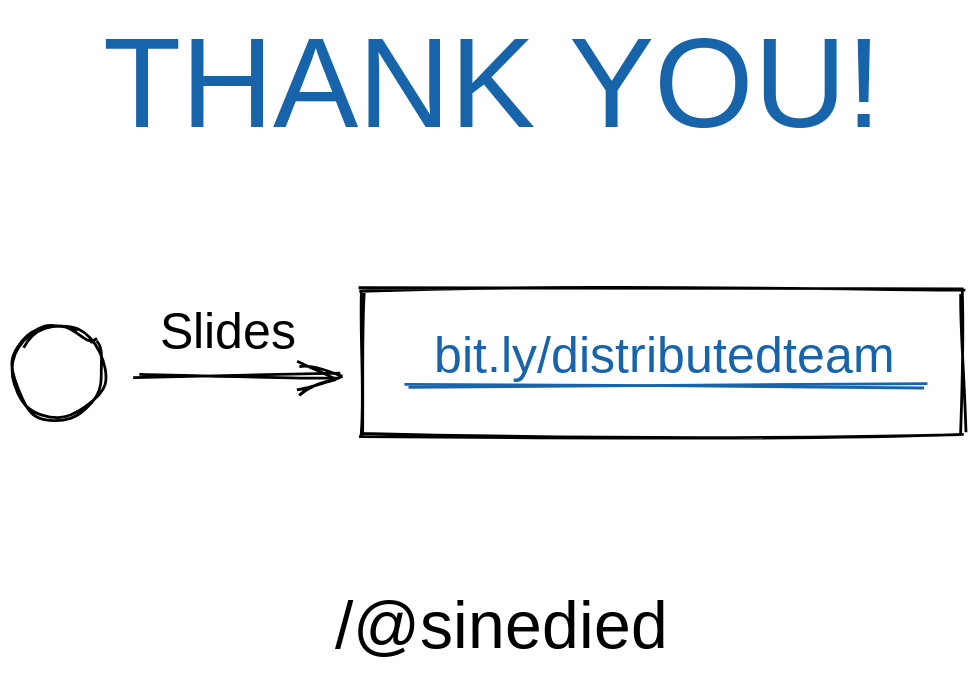
This is async-work/images/thanks.svg from sinedied/talks, a Excalidraw export, as it was before one commit. Source tidied: one line per element, renumbered; positions are measured from the earlier drawing's top-left corner, leaving out a move shared by most shapes.
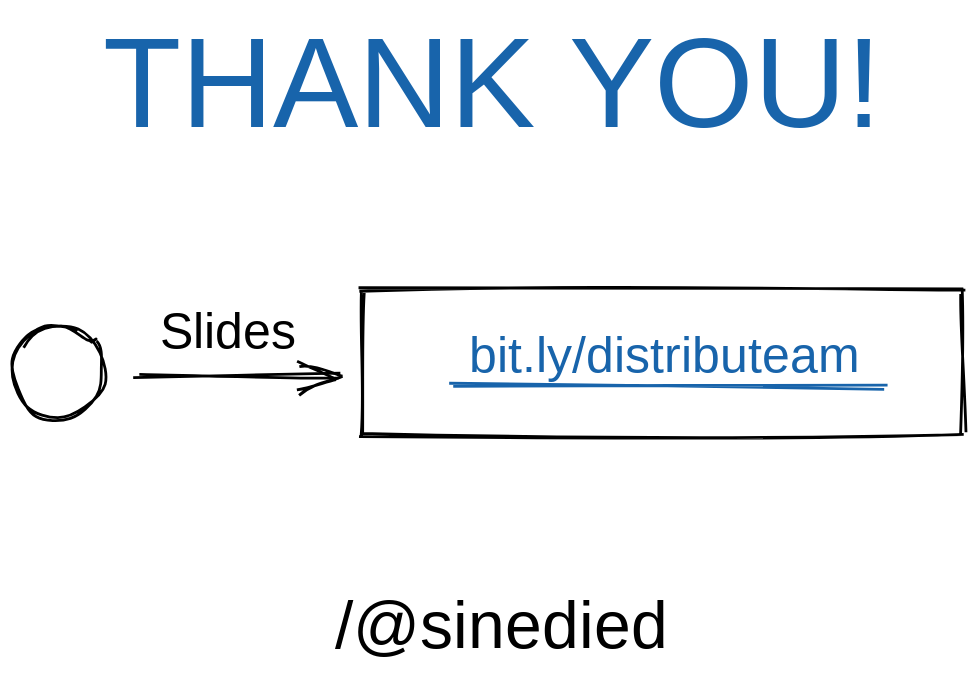
After the commit.

Diff of the diagram source:
```diff
@@ -4,5 +4,5 @@
 {"id": 3, "type": "arrow", "strokeColor": "#000000", "backgroundColor": "#fff", "fillStyle": "solid", "strokeWidth": 2, "roughness": 2, "to": 5, "x": 87, "y": 260, "width": 145, "height": 3, "points": [[0, 0], [145, -3]]}
 {"id": 4, "type": "text", "text": "Slides", "strokeColor": "#000000", "backgroundColor": "#fff", "fillStyle": "solid", "strokeWidth": 2, "roughness": 2, "fontSize": 36, "fontFamily": 1, "textAlign": "center", "x": 104, "y": 207, "width": 98, "height": 45}
 {"id": 5, "type": "rectangle", "strokeColor": "#000000", "backgroundColor": "#fff", "fillStyle": "solid", "strokeWidth": 2, "roughness": 2, "x": 247, "y": 196, "width": 431, "height": 105}
-{"id": 6, "type": "text", "text": "bit.ly/distributedteam", "strokeColor": "#1864ab", "backgroundColor": "#fff", "fillStyle": "solid", "strokeWidth": 2, "roughness": 2, "fontSize": 36, "fontFamily": 1, "textAlign": "center", "x": 280, "y": 223, "width": 370, "height": 45}
+{"id": 6, "type": "text", "text": "bit.ly/distributeam", "strokeColor": "#1864ab", "backgroundColor": "#fff", "fillStyle": "solid", "strokeWidth": 2, "roughness": 2, "fontSize": 36, "fontFamily": 1, "textAlign": "center", "x": 310, "y": 223, "width": 310, "height": 45}
-{"id": 7, "type": "line", "strokeColor": "#1864ab", "backgroundColor": "#fff", "fillStyle": "solid", "strokeWidth": 2, "roughness": 2, "x": 281, "y": 266, "width": 372, "height": 1, "points": [[0, 0], [372, -1]]}
+{"id": 7, "type": "line", "strokeColor": "#1864ab", "backgroundColor": "#fff", "fillStyle": "solid", "strokeWidth": 2, "roughness": 2, "x": 313, "y": 265, "width": 312, "height": 1, "points": [[0, 0], [312, 1]]}
```
